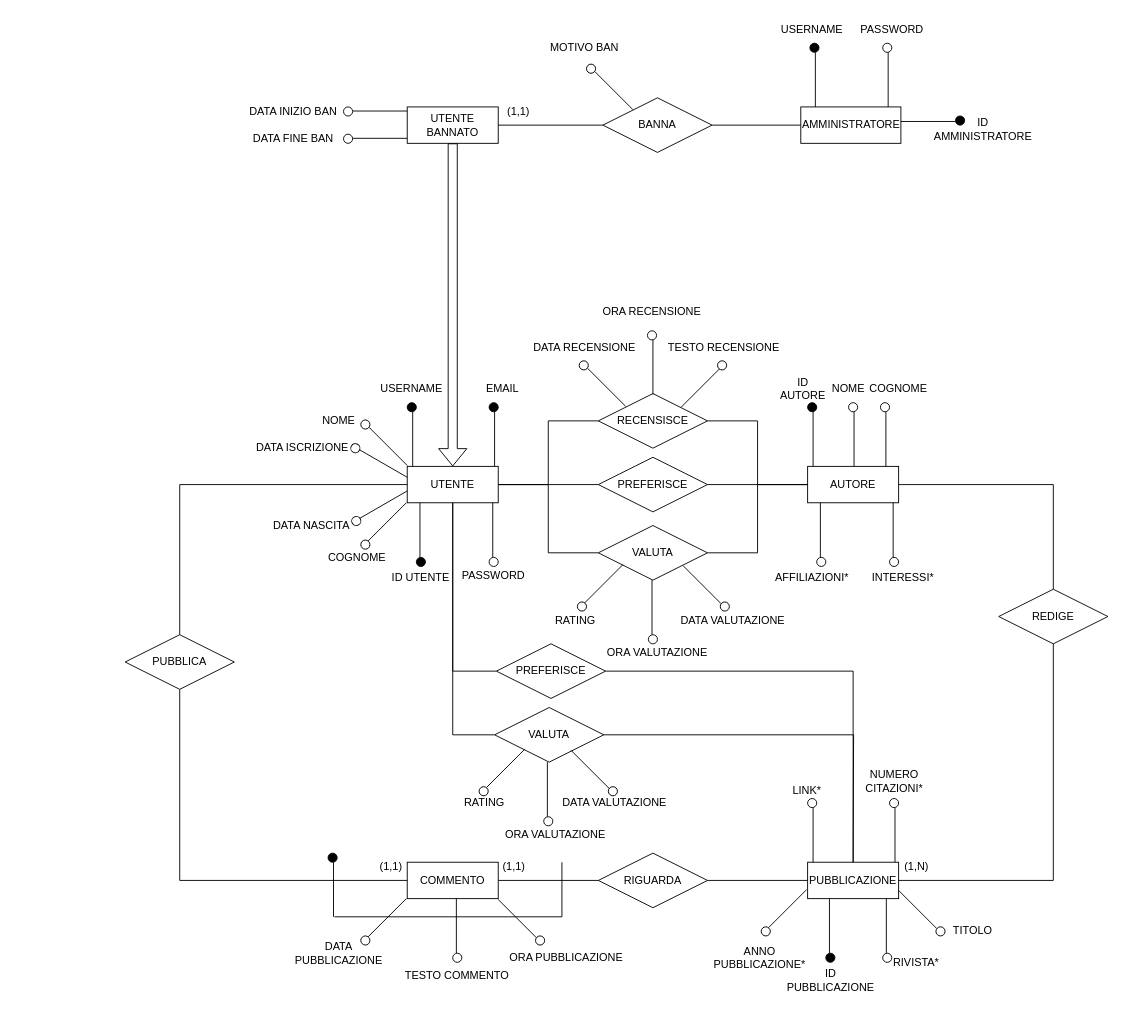
Before: docs/er.drawio in mrcruv/authormetrics, a draw.io diagram. Source tidied: cells renumbered, new cells numbered last; positions are measured from the earlier drawing's top-left corner, leaving out a move shared by most shapes. Both pictures are drawn from the tidied source at 91%, with x=0, y=0 at pixel (125, 15).
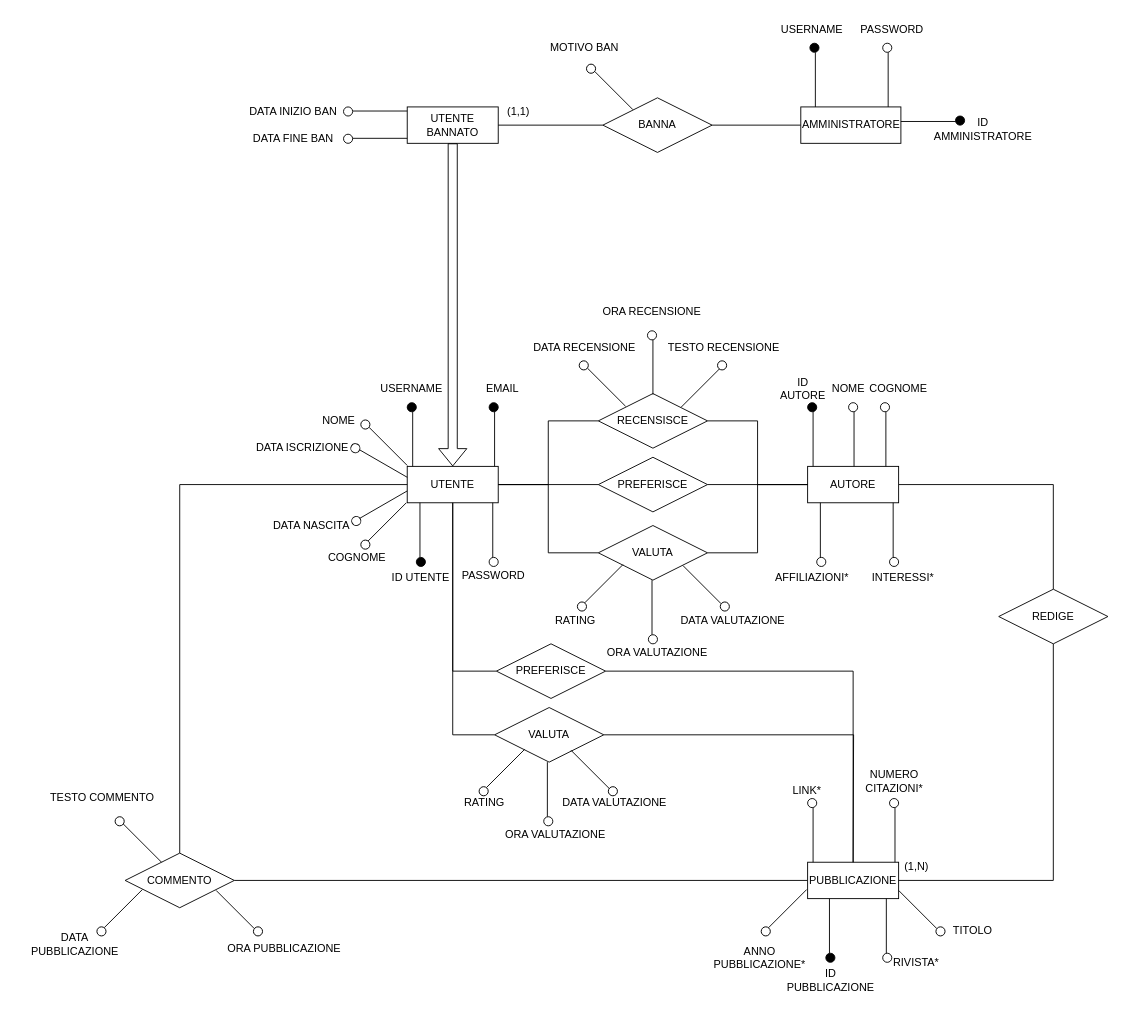
The same page after the edit.

Unchanged cells that the change refers to:
```xml
<mxCell id="4" value="PUBBLICAZIONE" style="whiteSpace=wrap;html=1;align=center;" parent="1" vertex="1">
  <mxGeometry x="750" y="930" width="100" height="40" as="geometry" />
</mxCell>
```

Change to the diagram source:
```diff
@@
-    <mxCell id="2" style="edgeStyle=orthogonalEdgeStyle;rounded=0;jettySize=auto;html=1;exitX=1;exitY=0.5;exitDx=0;exitDy=0;endArrow=none;endFill=0;" parent="1" edge="1" source="3" target="20">
-      <mxGeometry relative="1" as="geometry" />
-    </mxCell>
-    <mxCell id="3" value="COMMENTO" style="whiteSpace=wrap;html=1;align=center;" parent="1" vertex="1">
-      <mxGeometry x="310" y="930" width="100" height="40" as="geometry" />
-    </mxCell>
+    <mxCell id="194" style="edgeStyle=orthogonalEdgeStyle;rounded=0;jettySize=auto;html=1;exitX=0;exitY=0.5;exitDx=0;exitDy=0;entryX=1;entryY=0.5;entryDx=0;entryDy=0;endArrow=none;endFill=0;" parent="1" edge="1" source="4" target="16">
+      <mxGeometry relative="1" as="geometry" />
+    </mxCell>
@@
-    <mxCell id="15" style="edgeStyle=orthogonalEdgeStyle;rounded=0;jettySize=auto;html=1;exitX=0.5;exitY=1;exitDx=0;exitDy=0;entryX=0;entryY=0.5;entryDx=0;entryDy=0;endArrow=none;endFill=0;" parent="1" edge="1" source="16" target="3">
-      <mxGeometry relative="1" as="geometry" />
-    </mxCell>
-    <mxCell id="16" value="PUBBLICA" style="shape=rhombus;perimeter=rhombusPerimeter;whiteSpace=wrap;html=1;align=center;" parent="1" vertex="1">
-      <mxGeometry y="680" width="120" height="60" as="geometry" />
+    <mxCell id="16" value="COMMENTO" style="shape=rhombus;perimeter=rhombusPerimeter;whiteSpace=wrap;html=1;align=center;" parent="1" vertex="1">
+      <mxGeometry y="920" width="120" height="60" as="geometry" />
     </mxCell>
@@
-    <mxCell id="19" style="edgeStyle=orthogonalEdgeStyle;rounded=0;jettySize=auto;html=1;exitX=1;exitY=0.5;exitDx=0;exitDy=0;entryX=0;entryY=0.5;entryDx=0;entryDy=0;endArrow=none;endFill=0;" parent="1" edge="1" source="20" target="4">
-      <mxGeometry relative="1" as="geometry" />
-    </mxCell>
-    <mxCell id="20" value="RIGUARDA" style="shape=rhombus;perimeter=rhombusPerimeter;whiteSpace=wrap;html=1;align=center;" parent="1" vertex="1">
-      <mxGeometry x="520" y="920" width="120" height="60" as="geometry" />
-    </mxCell>
@@
-    <mxCell id="50" value="(1,1)" style="text;html=1;strokeColor=none;fillColor=none;align=center;verticalAlign=middle;whiteSpace=wrap;rounded=0;" parent="1" vertex="1">
-      <mxGeometry x="275" y="920" width="35" height="30" as="geometry" />
-    </mxCell>
-    <mxCell id="51" value="(1,1)" style="text;html=1;strokeColor=none;fillColor=none;align=center;verticalAlign=middle;whiteSpace=wrap;rounded=0;" parent="1" vertex="1">
-      <mxGeometry x="410" y="920" width="35" height="30" as="geometry" />
-    </mxCell>
@@
     <mxCell id="128" style="group;rotation=-45;" parent="1" vertex="1">
-      <mxGeometry x="250" y="990" width="70" height="10" as="geometry" />
+      <mxGeometry x="-40" y="980" width="70" height="10" as="geometry" />
     </mxCell>
@@
-    <mxCell id="131" style="group;rotation=-90;" parent="1" vertex="1">
-      <mxGeometry x="330" y="1000" width="70" height="10" as="geometry" />
+    <mxCell id="131" style="group;rotation=45;" parent="1" vertex="1">
+      <mxGeometry x="-20" y="901" width="70" height="10" as="geometry" />
     </mxCell>
     <mxCell id="132" style="endArrow=none;html=1;rounded=0;" parent="131" edge="1">
       <mxGeometry relative="1" as="geometry">
-        <mxPoint x="34" y="30" as="sourcePoint" />
-        <mxPoint x="34" y="-30" as="targetPoint" />
+        <mxPoint x="18" y="-13" as="sourcePoint" />
+        <mxPoint x="60" y="29" as="targetPoint" />
       </mxGeometry>
     </mxCell>
-    <mxCell id="133" style="ellipse;whiteSpace=wrap;html=1;rotation=-90;" parent="131" vertex="1">
-      <mxGeometry x="30" y="30" width="10" height="10" as="geometry" />
+    <mxCell id="133" style="ellipse;whiteSpace=wrap;html=1;rotation=45;" parent="131" vertex="1">
+      <mxGeometry x="9" y="-21" width="10" height="10" as="geometry" />
     </mxCell>
     <mxCell id="134" style="group;rotation=-135;" parent="1" vertex="1">
-      <mxGeometry x="400" y="990" width="70" height="10" as="geometry" />
+      <mxGeometry x="90" y="980" width="70" height="10" as="geometry" />
     </mxCell>
@@
     <mxCell id="137" value="DATA PUBBLICAZIONE" style="text;html=1;strokeColor=none;fillColor=none;align=center;verticalAlign=middle;whiteSpace=wrap;rounded=0;" parent="1" vertex="1">
-      <mxGeometry x="170" y="1015" width="130" height="30" as="geometry" />
+      <mxGeometry x="-120" y="1005" width="130" height="30" as="geometry" />
     </mxCell>
@@
     <mxCell id="139" value="TESTO COMMENTO" style="text;html=1;strokeColor=none;fillColor=none;align=center;verticalAlign=middle;whiteSpace=wrap;rounded=0;" parent="1" vertex="1">
-      <mxGeometry x="300" y="1040" width="130" height="30" as="geometry" />
+      <mxGeometry x="-90" y="844" width="130" height="30" as="geometry" />
     </mxCell>
@@
-    <mxCell id="152" style="group;" parent="1" vertex="1">
-      <mxGeometry x="223" y="920" width="257" height="70" as="geometry" />
-    </mxCell>
-    <mxCell id="153" style="group;rotation=90;" parent="152" vertex="1">
-      <mxGeometry x="-30" y="30" width="70" height="10" as="geometry" />
-    </mxCell>
-    <mxCell id="154" style="endArrow=none;html=1;rounded=0;" parent="153" edge="1">
-      <mxGeometry relative="1" as="geometry">
-        <mxPoint x="36" y="-20" as="sourcePoint" />
-        <mxPoint x="36" y="40" as="targetPoint" />
-      </mxGeometry>
-    </mxCell>
-    <mxCell id="155" style="ellipse;whiteSpace=wrap;html=1;rotation=90;fillColor=#000000;" parent="153" vertex="1">
-      <mxGeometry x="30" y="-30" width="10" height="10" as="geometry" />
-    </mxCell>
-    <mxCell id="156" style="endArrow=none;html=1;rounded=0;" parent="152" edge="1">
-      <mxGeometry relative="1" as="geometry">
-        <mxPoint x="257" y="70" as="sourcePoint" />
-        <mxPoint x="7" y="70" as="targetPoint" />
-      </mxGeometry>
-    </mxCell>
-    <mxCell id="157" style="endArrow=none;html=1;rounded=0;" parent="152" edge="1">
-      <mxGeometry relative="1" as="geometry">
-        <mxPoint x="257" y="10" as="sourcePoint" />
-        <mxPoint x="257" y="70" as="targetPoint" />
-      </mxGeometry>
-    </mxCell>
@@
     <mxCell id="173" value="ORA PUBBLICAZIONE" style="text;html=1;strokeColor=none;fillColor=none;align=center;verticalAlign=middle;whiteSpace=wrap;rounded=0;" parent="1" vertex="1">
-      <mxGeometry x="420" y="1015" width="130" height="40" as="geometry" />
+      <mxGeometry x="110" y="1005" width="130" height="40" as="geometry" />
     </mxCell>
```
